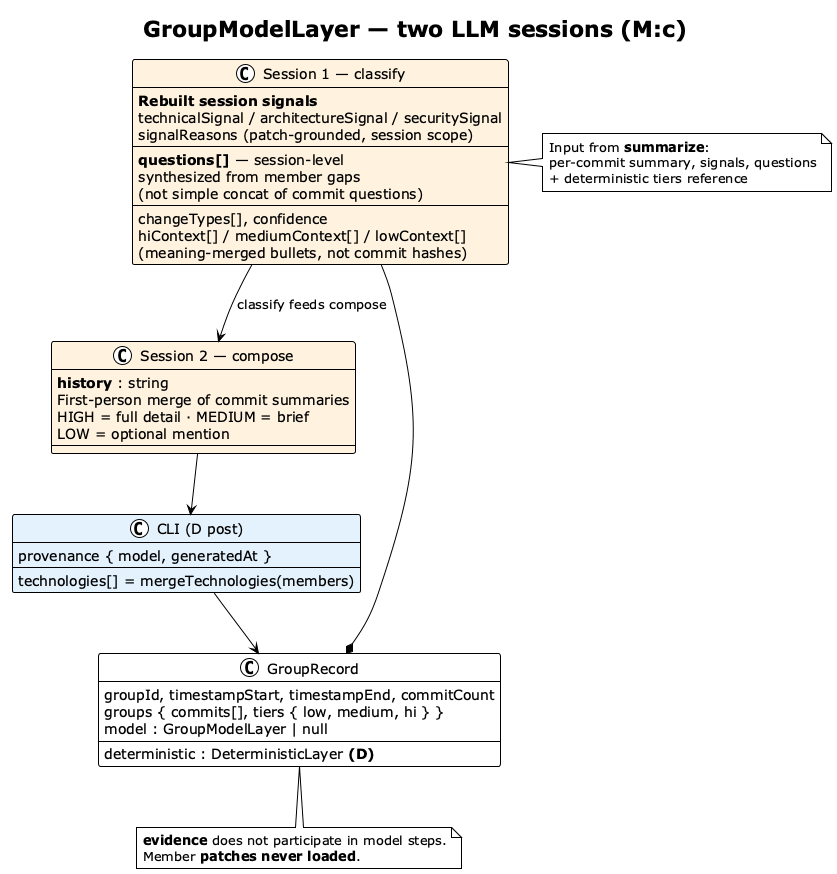
vzakharchenko/dev-workgraph keeps this PlantUML diagram as img/commit-group-model-layer.png. Above is the earlier version.
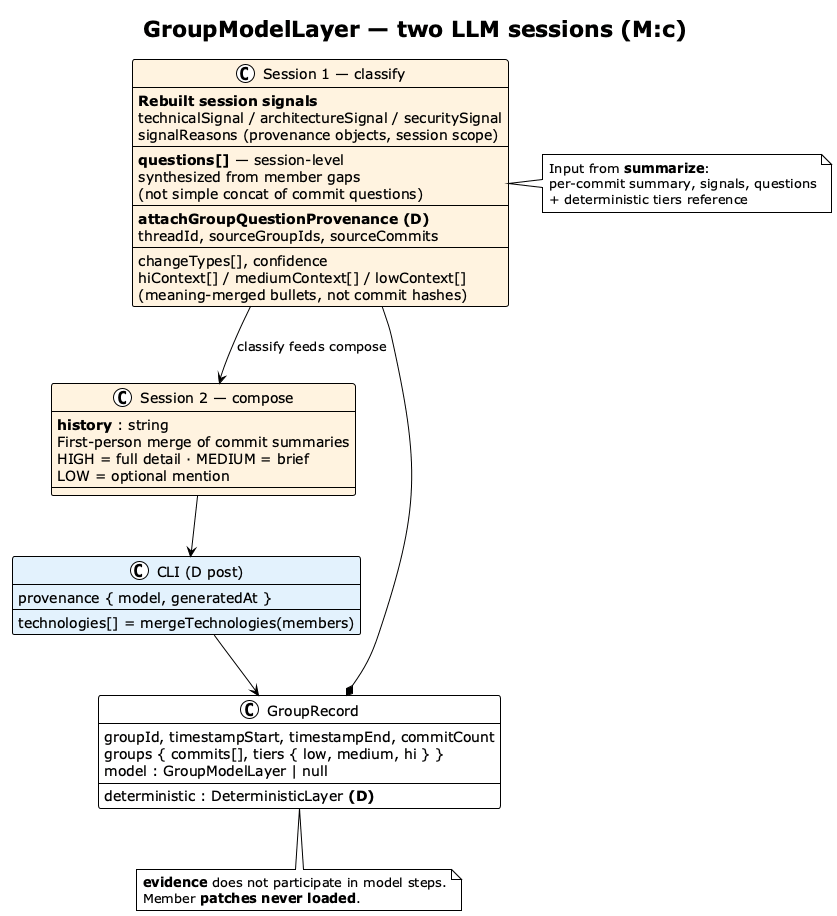
After the change.

Diff of the diagram source:
```diff
@@ -15,11 +15,14 @@
 class "Session 1 — classify" as C1 #FFF3E0 {
   **Rebuilt session signals**
   technicalSignal / architectureSignal / securitySignal
-  signalReasons (patch-grounded, session scope)
+  signalReasons (provenance objects, session scope)
   --
   **questions[]** — session-level
   synthesized from member gaps
   (not simple concat of commit questions)
+  --
+  **attachGroupQuestionProvenance (D)**
+  threadId, sourceGroupIds, sourceCommits
   --
   changeTypes[], confidence
   hiContext[] / mediumContext[] / lowContext[]
```
